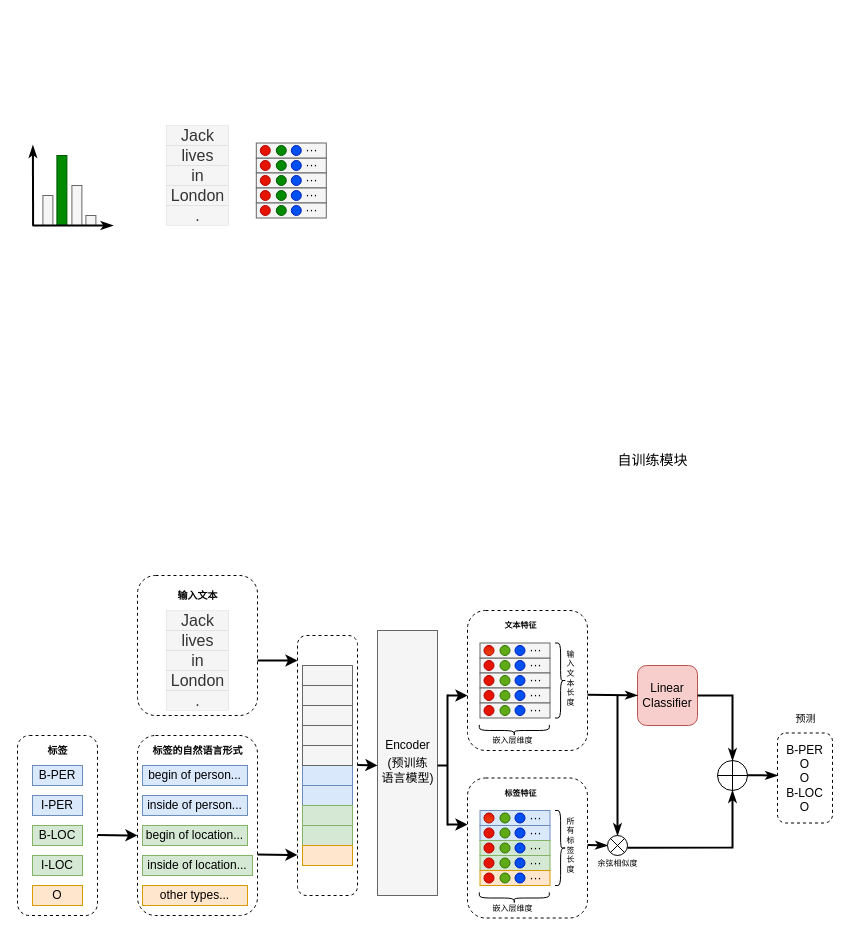
Ryan-xsh/first keeps this draw.io diagram as drawio/基于提示和自训练.drawio. Above is the earlier version. Source tidied: cells renumbered, new cells numbered last; positions are measured from the earlier drawing's top-left corner, leaving out a move shared by most shapes. Both pictures are drawn from the tidied source at 100%, with x=0, y=0 at pixel (17, 125). Pictures stored in the file or linked from it are replaced by grey dashed boxes.
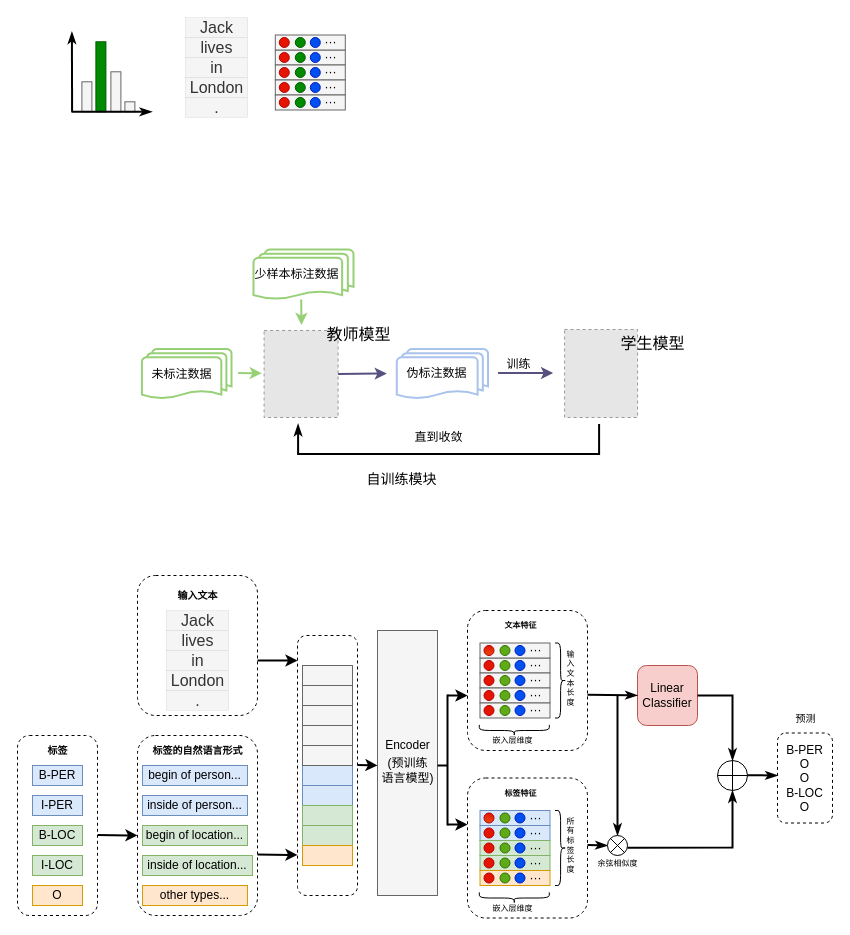
After the change.

Commit message:
更新基于提示和自训练.drawio

What changed in the source:
```diff
@@
     <mxCell id="2" style="rounded=0;whiteSpace=wrap;html=1;fillColor=#f5f5f5;fontColor=#333333;strokeColor=#666666;" parent="1" vertex="1">
-      <mxGeometry x="25.4" y="70" width="10" height="30" as="geometry" />
+      <mxGeometry x="64.4" y="-43.7" width="10" height="30" as="geometry" />
     </mxCell>
     <mxCell id="3" style="rounded=0;whiteSpace=wrap;html=1;fillColor=#008a00;fontColor=#ffffff;strokeColor=#005700;" parent="1" vertex="1">
-      <mxGeometry x="39.4" y="30" width="10" height="70" as="geometry" />
+      <mxGeometry x="78.4" y="-83.7" width="10" height="70" as="geometry" />
     </mxCell>
     <mxCell id="4" style="rounded=0;whiteSpace=wrap;html=1;fillColor=#f5f5f5;fontColor=#333333;strokeColor=#666666;" parent="1" vertex="1">
-      <mxGeometry x="54.4" y="60" width="10" height="40" as="geometry" />
+      <mxGeometry x="93.4" y="-53.7" width="10" height="40" as="geometry" />
     </mxCell>
     <mxCell id="5" style="rounded=0;whiteSpace=wrap;html=1;fillColor=#f5f5f5;fontColor=#333333;strokeColor=#666666;" parent="1" vertex="1">
-      <mxGeometry x="68.4" y="90" width="10" height="10" as="geometry" />
+      <mxGeometry x="107.4" y="-23.7" width="10" height="10" as="geometry" />
     </mxCell>
@@
     <mxCell id="40" value="Jack" style="rounded=0;whiteSpace=wrap;html=1;fontSize=16;strokeWidth=0;dashed=1;fillColor=#f5f5f5;fontColor=#333333;strokeColor=#666666;" parent="1" vertex="1">
-      <mxGeometry x="148.8" width="62.5" height="20" as="geometry" />
+      <mxGeometry x="167.8" y="-108" width="62.5" height="20" as="geometry" />
     </mxCell>
     <mxCell id="41" value="lives" style="rounded=0;whiteSpace=wrap;html=1;fontSize=16;strokeWidth=0;fillColor=#f5f5f5;fontColor=#333333;strokeColor=#666666;" parent="1" vertex="1">
-      <mxGeometry x="148.8" y="20" width="62.5" height="20" as="geometry" />
+      <mxGeometry x="167.8" y="-88" width="62.5" height="20" as="geometry" />
     </mxCell>
     <mxCell id="42" value="in" style="rounded=0;whiteSpace=wrap;html=1;fontSize=16;strokeWidth=0;fillColor=#f5f5f5;fontColor=#333333;strokeColor=#666666;" parent="1" vertex="1">
-      <mxGeometry x="148.8" y="40" width="62.5" height="20" as="geometry" />
+      <mxGeometry x="167.8" y="-68" width="62.5" height="20" as="geometry" />
     </mxCell>
     <mxCell id="43" value="London" style="rounded=0;whiteSpace=wrap;html=1;fontSize=16;strokeWidth=0;fillColor=#f5f5f5;strokeColor=#666666;fontColor=#333333;" parent="1" vertex="1">
-      <mxGeometry x="148.8" y="60" width="62.5" height="20" as="geometry" />
+      <mxGeometry x="167.8" y="-48" width="62.5" height="20" as="geometry" />
     </mxCell>
     <mxCell id="44" value="." style="rounded=0;whiteSpace=wrap;html=1;fontSize=16;strokeWidth=0;fillColor=#f5f5f5;fontColor=#333333;strokeColor=#666666;" parent="1" vertex="1">
-      <mxGeometry x="148.8" y="80" width="62.5" height="20" as="geometry" />
+      <mxGeometry x="167.8" y="-28" width="62.5" height="20" as="geometry" />
     </mxCell>
@@
     <mxCell id="53" style="rounded=0;whiteSpace=wrap;html=1;fillColor=#f5f5f5;strokeColor=#666666;fontColor=#333333;" parent="1" vertex="1">
-      <mxGeometry x="238.8" y="32.5" width="70" height="15" as="geometry" />
+      <mxGeometry x="257.8" y="-75.5" width="70" height="15" as="geometry" />
     </mxCell>
     <mxCell id="54" style="ellipse;whiteSpace=wrap;html=1;fillColor=#008a00;fontColor=#ffffff;strokeColor=#005700;" parent="1" vertex="1">
-      <mxGeometry x="258.8" y="35" width="10" height="10" as="geometry" />
+      <mxGeometry x="277.8" y="-73" width="10" height="10" as="geometry" />
     </mxCell>
     <mxCell id="55" style="ellipse;whiteSpace=wrap;html=1;fillColor=#e51400;fontColor=#ffffff;strokeColor=#B20000;" parent="1" vertex="1">
-      <mxGeometry x="242.8" y="35" width="10" height="10" as="geometry" />
+      <mxGeometry x="261.8" y="-73" width="10" height="10" as="geometry" />
     </mxCell>
     <mxCell id="56" value="···" style="text;html=1;align=center;verticalAlign=middle;strokeColor=none;fillColor=none;" parent="1" vertex="1">
-      <mxGeometry x="273.8" y="25" width="40" height="30" as="geometry" />
+      <mxGeometry x="292.8" y="-83" width="40" height="30" as="geometry" />
     </mxCell>
     <mxCell id="57" style="ellipse;whiteSpace=wrap;html=1;fillColor=#0050ef;fontColor=#ffffff;strokeColor=#001DBC;" parent="1" vertex="1">
-      <mxGeometry x="273.8" y="35" width="10" height="10" as="geometry" />
+      <mxGeometry x="292.8" y="-73" width="10" height="10" as="geometry" />
     </mxCell>
     <mxCell id="58" style="rounded=0;whiteSpace=wrap;html=1;fillColor=#f5f5f5;strokeColor=#666666;fontColor=#333333;" parent="1" vertex="1">
-      <mxGeometry x="238.8" y="47.5" width="70" height="15" as="geometry" />
+      <mxGeometry x="257.8" y="-60.5" width="70" height="15" as="geometry" />
     </mxCell>
     <mxCell id="59" style="ellipse;whiteSpace=wrap;html=1;fillColor=#008a00;fontColor=#ffffff;strokeColor=#005700;" parent="1" vertex="1">
-      <mxGeometry x="258.8" y="50" width="10" height="10" as="geometry" />
+      <mxGeometry x="277.8" y="-58" width="10" height="10" as="geometry" />
     </mxCell>
     <mxCell id="60" style="ellipse;whiteSpace=wrap;html=1;fillColor=#e51400;fontColor=#ffffff;strokeColor=#B20000;" parent="1" vertex="1">
-      <mxGeometry x="242.8" y="50" width="10" height="10" as="geometry" />
+      <mxGeometry x="261.8" y="-58" width="10" height="10" as="geometry" />
     </mxCell>
     <mxCell id="61" style="ellipse;whiteSpace=wrap;html=1;fillColor=#0050ef;fontColor=#ffffff;strokeColor=#001DBC;" parent="1" vertex="1">
-      <mxGeometry x="273.8" y="50" width="10" height="10" as="geometry" />
+      <mxGeometry x="292.8" y="-58" width="10" height="10" as="geometry" />
     </mxCell>
     <mxCell id="62" style="rounded=0;whiteSpace=wrap;html=1;fillColor=#f5f5f5;strokeColor=#666666;fontColor=#333333;" parent="1" vertex="1">
-      <mxGeometry x="238.8" y="62.5" width="70" height="15" as="geometry" />
+      <mxGeometry x="257.8" y="-45.5" width="70" height="15" as="geometry" />
     </mxCell>
     <mxCell id="63" style="ellipse;whiteSpace=wrap;html=1;fillColor=#008a00;fontColor=#ffffff;strokeColor=#005700;" parent="1" vertex="1">
-      <mxGeometry x="258.8" y="65" width="10" height="10" as="geometry" />
+      <mxGeometry x="277.8" y="-43" width="10" height="10" as="geometry" />
     </mxCell>
     <mxCell id="64" style="ellipse;whiteSpace=wrap;html=1;fillColor=#e51400;fontColor=#ffffff;strokeColor=#B20000;" parent="1" vertex="1">
-      <mxGeometry x="242.8" y="65" width="10" height="10" as="geometry" />
+      <mxGeometry x="261.8" y="-43" width="10" height="10" as="geometry" />
     </mxCell>
     <mxCell id="65" style="ellipse;whiteSpace=wrap;html=1;fillColor=#0050ef;fontColor=#ffffff;strokeColor=#001DBC;" parent="1" vertex="1">
-      <mxGeometry x="273.8" y="65" width="10" height="10" as="geometry" />
+      <mxGeometry x="292.8" y="-43" width="10" height="10" as="geometry" />
     </mxCell>
     <mxCell id="66" style="rounded=0;whiteSpace=wrap;html=1;fillColor=#f5f5f5;strokeColor=#666666;fontColor=#333333;" parent="1" vertex="1">
-      <mxGeometry x="238.8" y="77.5" width="70" height="15" as="geometry" />
+      <mxGeometry x="257.8" y="-30.5" width="70" height="15" as="geometry" />
     </mxCell>
     <mxCell id="67" style="ellipse;whiteSpace=wrap;html=1;fillColor=#008a00;fontColor=#ffffff;strokeColor=#005700;" parent="1" vertex="1">
-      <mxGeometry x="258.8" y="80" width="10" height="10" as="geometry" />
+      <mxGeometry x="277.8" y="-28" width="10" height="10" as="geometry" />
     </mxCell>
     <mxCell id="68" style="ellipse;whiteSpace=wrap;html=1;fillColor=#e51400;fontColor=#ffffff;strokeColor=#B20000;" parent="1" vertex="1">
-      <mxGeometry x="242.8" y="80" width="10" height="10" as="geometry" />
+      <mxGeometry x="261.8" y="-28" width="10" height="10" as="geometry" />
     </mxCell>
     <mxCell id="69" style="ellipse;whiteSpace=wrap;html=1;fillColor=#0050ef;fontColor=#ffffff;strokeColor=#001DBC;" parent="1" vertex="1">
-      <mxGeometry x="273.8" y="80" width="10" height="10" as="geometry" />
+      <mxGeometry x="292.8" y="-28" width="10" height="10" as="geometry" />
     </mxCell>
     <mxCell id="70" style="rounded=0;whiteSpace=wrap;html=1;fillColor=#f5f5f5;strokeColor=#666666;fontColor=#333333;" parent="1" vertex="1">
-      <mxGeometry x="238.8" y="17.5" width="70" height="15" as="geometry" />
+      <mxGeometry x="257.8" y="-90.5" width="70" height="15" as="geometry" />
     </mxCell>
     <mxCell id="71" style="ellipse;whiteSpace=wrap;html=1;fillColor=#008a00;fontColor=#ffffff;strokeColor=#005700;" parent="1" vertex="1">
-      <mxGeometry x="258.8" y="20" width="10" height="10" as="geometry" />
+      <mxGeometry x="277.8" y="-88" width="10" height="10" as="geometry" />
     </mxCell>
     <mxCell id="72" style="ellipse;whiteSpace=wrap;html=1;fillColor=#e51400;fontColor=#ffffff;strokeColor=#B20000;" parent="1" vertex="1">
-      <mxGeometry x="242.8" y="20" width="10" height="10" as="geometry" />
+      <mxGeometry x="261.8" y="-88" width="10" height="10" as="geometry" />
     </mxCell>
     <mxCell id="73" value="···" style="text;html=1;align=center;verticalAlign=middle;strokeColor=none;fillColor=none;" parent="1" vertex="1">
-      <mxGeometry x="273.8" y="10" width="40" height="30" as="geometry" />
+      <mxGeometry x="292.8" y="-98" width="40" height="30" as="geometry" />
     </mxCell>
     <mxCell id="74" style="ellipse;whiteSpace=wrap;html=1;fillColor=#0050ef;fontColor=#ffffff;strokeColor=#001DBC;" parent="1" vertex="1">
-      <mxGeometry x="273.8" y="20" width="10" height="10" as="geometry" />
+      <mxGeometry x="292.8" y="-88" width="10" height="10" as="geometry" />
     </mxCell>
     <mxCell id="75" value="···" style="text;html=1;align=center;verticalAlign=middle;strokeColor=none;fillColor=none;" parent="1" vertex="1">
-      <mxGeometry x="273.8" y="40" width="40" height="30" as="geometry" />
+      <mxGeometry x="292.8" y="-68" width="40" height="30" as="geometry" />
     </mxCell>
     <mxCell id="76" value="···" style="text;html=1;align=center;verticalAlign=middle;strokeColor=none;fillColor=none;" parent="1" vertex="1">
-      <mxGeometry x="273.8" y="55" width="40" height="30" as="geometry" />
+      <mxGeometry x="292.8" y="-53" width="40" height="30" as="geometry" />
     </mxCell>
     <mxCell id="77" value="···" style="text;html=1;align=center;verticalAlign=middle;strokeColor=none;fillColor=none;" parent="1" vertex="1">
-      <mxGeometry x="273.8" y="70" width="40" height="30" as="geometry" />
+      <mxGeometry x="292.8" y="-38" width="40" height="30" as="geometry" />
     </mxCell>
@@
     <mxCell id="152" style="endArrow=classicThin;html=1;rounded=0;strokeWidth=2;targetPerimeterSpacing=0;endFill=1;" parent="1" edge="1">
       <mxGeometry relative="1" as="geometry">
-        <mxPoint x="15" y="100" as="sourcePoint" />
-        <mxPoint x="95.4" y="100" as="targetPoint" />
+        <mxPoint x="54" y="-13.7" as="sourcePoint" />
+        <mxPoint x="134.4" y="-13.7" as="targetPoint" />
       </mxGeometry>
     </mxCell>
     <mxCell id="153" style="endArrow=classicThin;html=1;rounded=0;strokeWidth=2;targetPerimeterSpacing=0;endFill=1;" parent="1" edge="1">
       <mxGeometry relative="1" as="geometry">
-        <mxPoint x="15.6" y="100" as="sourcePoint" />
-        <mxPoint x="15.4" y="20" as="targetPoint" />
+        <mxPoint x="54.6" y="-13.7" as="sourcePoint" />
+        <mxPoint x="54.4" y="-93.7" as="targetPoint" />
       </mxGeometry>
     </mxCell>
@@
     <mxCell id="156" value="自训练模块" style="text;html=1;align=center;verticalAlign=middle;strokeColor=none;fillColor=none;fontSize=14;" parent="1" vertex="1">
-      <mxGeometry x="590" y="320" width="90" height="30" as="geometry" />
+      <mxGeometry x="339.3" y="338.5" width="90" height="30" as="geometry" />
     </mxCell>
+    <mxCell id="157" style="strokeWidth=2;html=1;shape=mxgraph.flowchart.multi-document;whiteSpace=wrap;strokeColor=#97D077;" parent="1" vertex="1">
+      <mxGeometry x="236" y="124" width="100" height="50" as="geometry" />
+    </mxCell>
+    <mxCell id="158" value="少样本标注数据" style="text;html=1;align=center;verticalAlign=middle;strokeColor=none;fillColor=none;" parent="1" vertex="1">
+      <mxGeometry x="224" y="134" width="110" height="30" as="geometry" />
+    </mxCell>
+    <mxCell id="159" style="strokeWidth=2;html=1;shape=mxgraph.flowchart.multi-document;whiteSpace=wrap;strokeColor=#97D077;" parent="1" vertex="1">
+      <mxGeometry x="124.4" y="223.5" width="89.6" height="50" as="geometry" />
+    </mxCell>
+    <mxCell id="160" value="未标注数据" style="text;html=1;align=center;verticalAlign=middle;strokeColor=none;fillColor=none;" parent="1" vertex="1">
+      <mxGeometry x="124" y="233.5" width="80" height="30" as="geometry" />
+    </mxCell>
+    <mxCell id="161" style="fillColor=#E6E6E6;strokeColor=#999999;dashed=1;verticalLabelPosition=bottom;labelBackgroundColor=default;verticalAlign=top;" parent="1" vertex="1">
+      <mxGeometry x="246.6" y="205" width="74" height="87" as="geometry" />
+    </mxCell>
+    <mxCell id="162" style="fillColor=#E6E6E6;strokeColor=#999999;dashed=1;verticalLabelPosition=bottom;labelBackgroundColor=default;verticalAlign=top;" parent="1" vertex="1">
+      <mxGeometry x="547.1" y="204" width="73" height="88" as="geometry" />
+    </mxCell>
+    <mxCell id="163" style="strokeWidth=2;html=1;shape=mxgraph.flowchart.multi-document;whiteSpace=wrap;strokeColor=#A9C4EB;" parent="1" vertex="1">
+      <mxGeometry x="379.3" y="223.5" width="91.2" height="50" as="geometry" />
+    </mxCell>
+    <mxCell id="164" value="伪标注数据" style="text;html=1;align=center;verticalAlign=middle;strokeColor=none;fillColor=none;" parent="1" vertex="1">
+      <mxGeometry x="379.3" y="233" width="80" height="30" as="geometry" />
+    </mxCell>
+    <mxCell id="165" value="教师模型" style="text;html=1;align=center;verticalAlign=middle;strokeColor=none;fillColor=none;fontSize=16;" parent="1" vertex="1">
+      <mxGeometry x="295.6" y="193.5" width="90" height="30" as="geometry" />
+    </mxCell>
+    <mxCell id="166" value="学生模型" style="text;html=1;align=center;verticalAlign=middle;strokeColor=none;fillColor=none;fontSize=16;" parent="1" vertex="1">
+      <mxGeometry x="590" y="203" width="90" height="30" as="geometry" />
+    </mxCell>
+    <mxCell id="167" style="endArrow=classic;html=1;rounded=0;strokeWidth=2;strokeColor=#97D077;" parent="1" edge="1">
+      <mxGeometry relative="1" as="geometry">
+        <mxPoint x="283.7" y="174" as="sourcePoint" />
+        <mxPoint x="284" y="199.5" as="targetPoint" />
+      </mxGeometry>
+    </mxCell>
+    <mxCell id="168" style="endArrow=classic;html=1;rounded=0;strokeWidth=2;strokeColor=#97D077;" parent="1" edge="1">
+      <mxGeometry relative="1" as="geometry">
+        <mxPoint x="220.6" y="247.5" as="sourcePoint" />
+        <mxPoint x="244.3" y="247.7" as="targetPoint" />
+      </mxGeometry>
+    </mxCell>
+    <mxCell id="169" style="endArrow=classic;html=1;rounded=0;strokeWidth=2;exitX=1;exitY=0.5;exitDx=0;exitDy=0;strokeColor=#56517e;fillColor=#d0cee2;" parent="1" edge="1" source="161">
+      <mxGeometry relative="1" as="geometry">
+        <mxPoint x="369.3" y="248" as="targetPoint" />
+      </mxGeometry>
+    </mxCell>
+    <mxCell id="170" style="endArrow=classic;html=1;rounded=0;strokeWidth=2;strokeColor=#56517e;fillColor=#d0cee2;" parent="1" edge="1">
+      <mxGeometry relative="1" as="geometry">
+        <mxPoint x="480.6" y="247.5" as="sourcePoint" />
+        <mxPoint x="535.6" y="247.5" as="targetPoint" />
+      </mxGeometry>
+    </mxCell>
+    <mxCell id="171" value="训练" style="text;html=1;align=center;verticalAlign=middle;strokeColor=none;fillColor=none;" parent="1" vertex="1">
+      <mxGeometry x="475.6" y="223.5" width="50" height="30" as="geometry" />
+    </mxCell>
+    <mxCell id="172" style="endArrow=classicThin;html=1;rounded=0;strokeWidth=2;targetPerimeterSpacing=0;endFill=1;" parent="1" edge="1">
+      <mxGeometry relative="1" as="geometry">
+        <mxPoint x="581.6" y="298.5" as="sourcePoint" />
+        <mxPoint x="280.6" y="298.5" as="targetPoint" />
+        <Array as="points">
+          <mxPoint x="581.6" y="328.5" />
+          <mxPoint x="280.6" y="328.5" />
+        </Array>
+      </mxGeometry>
+    </mxCell>
+    <mxCell id="173" value="直到收敛" style="text;html=1;align=center;verticalAlign=middle;strokeColor=none;fillColor=none;" parent="1" vertex="1">
+      <mxGeometry x="385.6" y="296.5" width="70" height="30" as="geometry" />
+    </mxCell>
```
